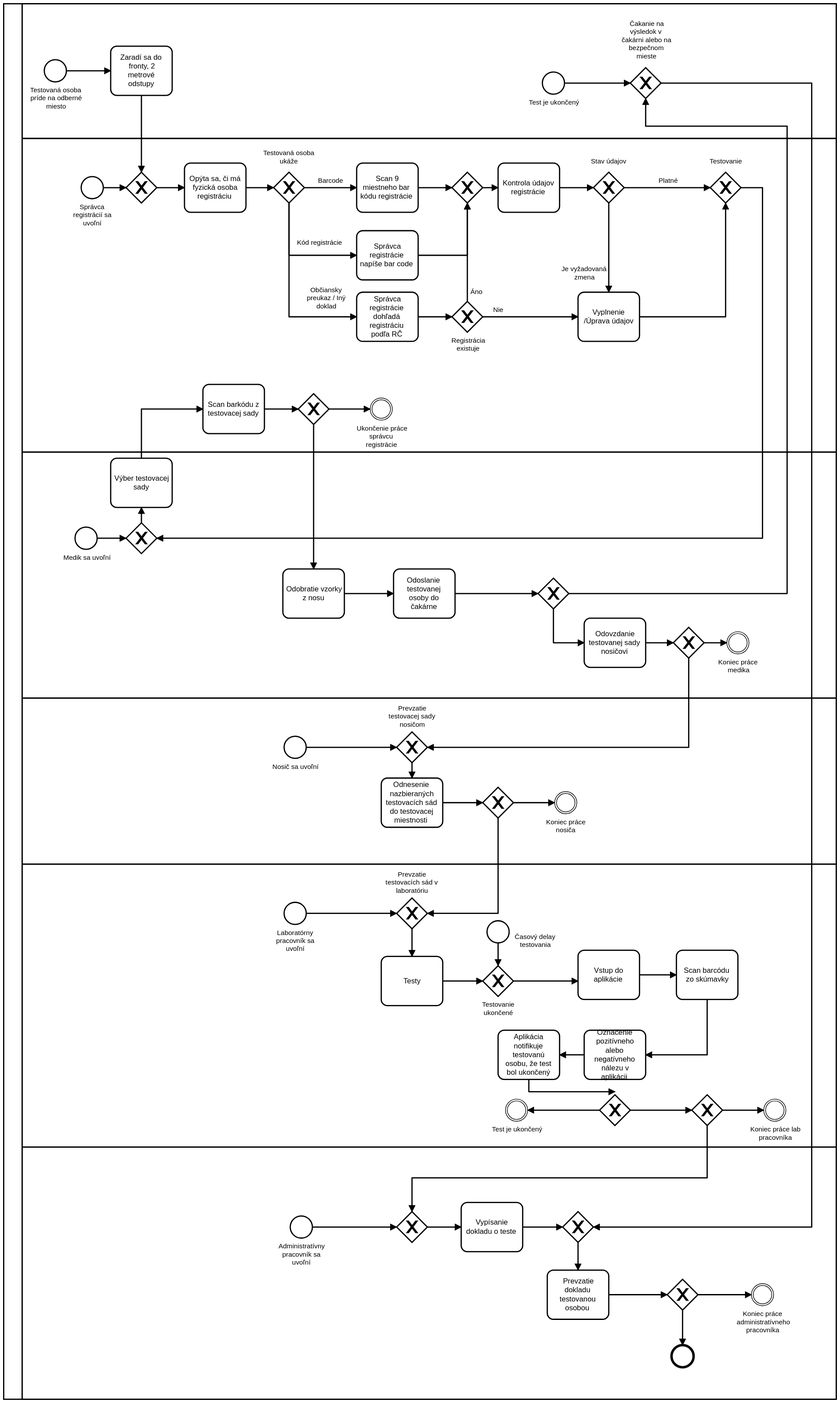
This is public/images/process/sk/testing.svg from scholtz/covid-sk, a BPMN export, as it was before one commit. Its source is kept beside it as public/images/process/sk/testing.bpmn. Ids are renumbered.
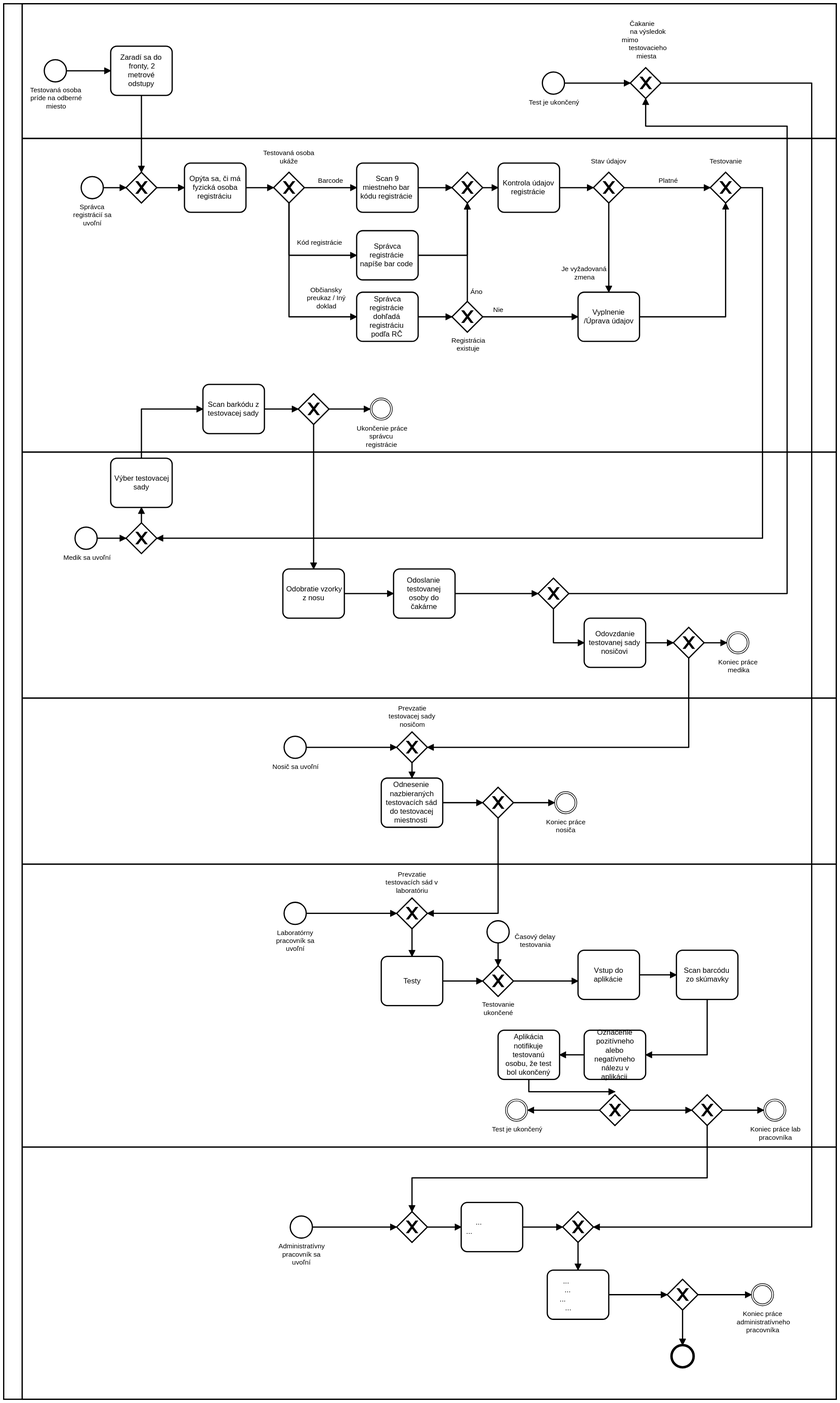
The same diagram one commit later.

Change to the diagram source:
```diff
@@ -279,7 +279,7 @@
       <bpmn:incoming>Flow_n121</bpmn:incoming>
       <bpmn:outgoing>Flow_n122</bpmn:outgoing>
     </bpmn:task>
-    <bpmn:exclusiveGateway id="Gateway_n9" name="Čakanie na výsledok v čakárni alebo na bezpečnom mieste">
+    <bpmn:exclusiveGateway id="Gateway_n9" name="Čakanie na výsledok mimo testovacieho miesta">
       <bpmn:incoming>Flow_n97</bpmn:incoming>
       <bpmn:incoming>Flow_n124</bpmn:incoming>
       <bpmn:outgoing>Flow_n119</bpmn:outgoing>
```
